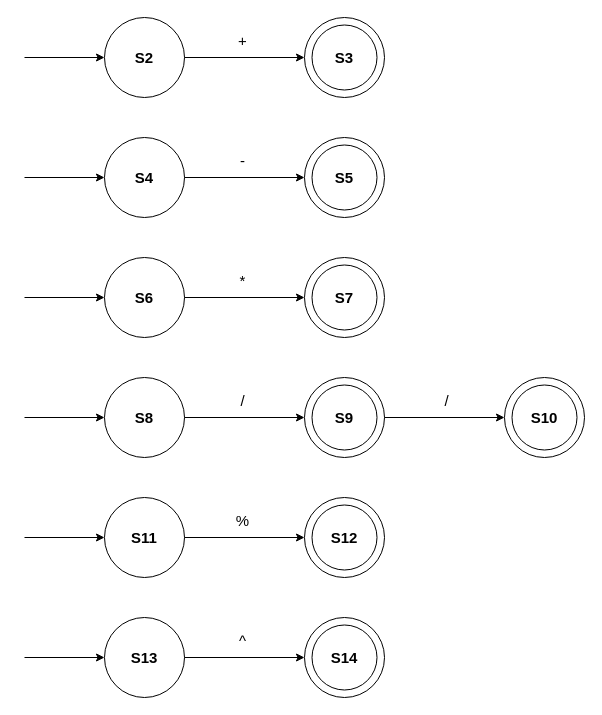
Above: operationSymbols.drawio in MonaJea-Ng/Projects (draw.io), before the change. Source tidied: cells renumbered, new cells numbered last; positions are measured from the earlier drawing's top-left corner, leaving out a move shared by most shapes. Both pictures are drawn from the tidied source at 100%, with x=0, y=0 at pixel (24, 17).
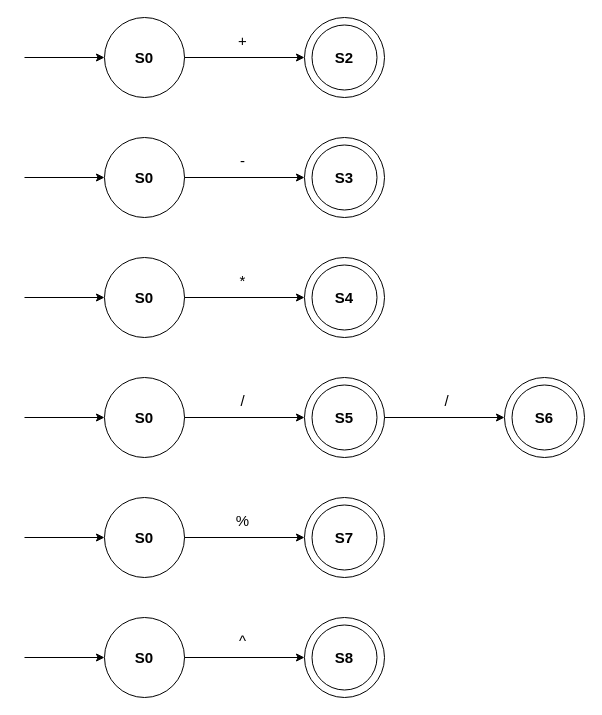
The same page after the edit.

Change to the diagram source:
```diff
@@
-    <mxCell id="7" value="&lt;b style=&quot;font-size: 15px;&quot;&gt;S2&lt;/b&gt;" style="text;html=1;strokeColor=none;fillColor=none;align=center;verticalAlign=middle;whiteSpace=wrap;rounded=0;fontSize=15;" parent="1" vertex="1">
+    <mxCell id="7" value="&lt;b style=&quot;font-size: 15px;&quot;&gt;S0&lt;/b&gt;" style="text;html=1;strokeColor=none;fillColor=none;align=center;verticalAlign=middle;whiteSpace=wrap;rounded=0;fontSize=15;" parent="1" vertex="1">
       <mxGeometry x="90" y="25" width="60" height="30" as="geometry" />
     </mxCell>
-    <mxCell id="8" value="&lt;b&gt;&lt;font style=&quot;font-size: 15px;&quot;&gt;S3&lt;/font&gt;&lt;/b&gt;" style="text;html=1;strokeColor=none;fillColor=none;align=center;verticalAlign=middle;whiteSpace=wrap;rounded=0;" parent="1" vertex="1">
+    <mxCell id="8" value="&lt;b&gt;&lt;font style=&quot;font-size: 15px;&quot;&gt;S2&lt;/font&gt;&lt;/b&gt;" style="text;html=1;strokeColor=none;fillColor=none;align=center;verticalAlign=middle;whiteSpace=wrap;rounded=0;" parent="1" vertex="1">
       <mxGeometry x="290" y="25" width="60" height="30" as="geometry" />
     </mxCell>
@@
-    <mxCell id="15" value="&lt;b style=&quot;font-size: 15px;&quot;&gt;S4&lt;/b&gt;" style="text;html=1;strokeColor=none;fillColor=none;align=center;verticalAlign=middle;whiteSpace=wrap;rounded=0;fontSize=15;" parent="1" vertex="1">
+    <mxCell id="15" value="&lt;b style=&quot;font-size: 15px;&quot;&gt;S0&lt;/b&gt;" style="text;html=1;strokeColor=none;fillColor=none;align=center;verticalAlign=middle;whiteSpace=wrap;rounded=0;fontSize=15;" parent="1" vertex="1">
       <mxGeometry x="90" y="145" width="60" height="30" as="geometry" />
     </mxCell>
-    <mxCell id="16" value="&lt;b&gt;&lt;font style=&quot;font-size: 15px;&quot;&gt;S5&lt;/font&gt;&lt;/b&gt;" style="text;html=1;strokeColor=none;fillColor=none;align=center;verticalAlign=middle;whiteSpace=wrap;rounded=0;" parent="1" vertex="1">
+    <mxCell id="16" value="&lt;b&gt;&lt;font style=&quot;font-size: 15px;&quot;&gt;S3&lt;/font&gt;&lt;/b&gt;" style="text;html=1;strokeColor=none;fillColor=none;align=center;verticalAlign=middle;whiteSpace=wrap;rounded=0;" parent="1" vertex="1">
       <mxGeometry x="290" y="145" width="60" height="30" as="geometry" />
     </mxCell>
@@
-    <mxCell id="23" value="&lt;b style=&quot;font-size: 15px;&quot;&gt;S6&lt;/b&gt;" style="text;html=1;strokeColor=none;fillColor=none;align=center;verticalAlign=middle;whiteSpace=wrap;rounded=0;fontSize=15;" parent="1" vertex="1">
+    <mxCell id="23" value="&lt;b style=&quot;font-size: 15px;&quot;&gt;S0&lt;/b&gt;" style="text;html=1;strokeColor=none;fillColor=none;align=center;verticalAlign=middle;whiteSpace=wrap;rounded=0;fontSize=15;" parent="1" vertex="1">
       <mxGeometry x="90" y="265" width="60" height="30" as="geometry" />
     </mxCell>
-    <mxCell id="24" value="&lt;b&gt;&lt;font style=&quot;font-size: 15px;&quot;&gt;S7&lt;/font&gt;&lt;/b&gt;" style="text;html=1;strokeColor=none;fillColor=none;align=center;verticalAlign=middle;whiteSpace=wrap;rounded=0;" parent="1" vertex="1">
+    <mxCell id="24" value="&lt;b&gt;&lt;font style=&quot;font-size: 15px;&quot;&gt;S4&lt;/font&gt;&lt;/b&gt;" style="text;html=1;strokeColor=none;fillColor=none;align=center;verticalAlign=middle;whiteSpace=wrap;rounded=0;" parent="1" vertex="1">
       <mxGeometry x="290" y="265" width="60" height="30" as="geometry" />
     </mxCell>
@@
-    <mxCell id="31" value="&lt;b style=&quot;font-size: 15px;&quot;&gt;S8&lt;/b&gt;" style="text;html=1;strokeColor=none;fillColor=none;align=center;verticalAlign=middle;whiteSpace=wrap;rounded=0;fontSize=15;" parent="1" vertex="1">
+    <mxCell id="31" value="&lt;b style=&quot;font-size: 15px;&quot;&gt;S0&lt;/b&gt;" style="text;html=1;strokeColor=none;fillColor=none;align=center;verticalAlign=middle;whiteSpace=wrap;rounded=0;fontSize=15;" parent="1" vertex="1">
       <mxGeometry x="90" y="385" width="60" height="30" as="geometry" />
     </mxCell>
-    <mxCell id="32" value="&lt;b&gt;&lt;font style=&quot;font-size: 15px;&quot;&gt;S9&lt;/font&gt;&lt;/b&gt;" style="text;html=1;strokeColor=none;fillColor=none;align=center;verticalAlign=middle;whiteSpace=wrap;rounded=0;" parent="1" vertex="1">
+    <mxCell id="32" value="&lt;b&gt;&lt;font style=&quot;font-size: 15px;&quot;&gt;S5&lt;/font&gt;&lt;/b&gt;" style="text;html=1;strokeColor=none;fillColor=none;align=center;verticalAlign=middle;whiteSpace=wrap;rounded=0;" parent="1" vertex="1">
       <mxGeometry x="290" y="385" width="60" height="30" as="geometry" />
     </mxCell>
@@
-    <mxCell id="39" value="&lt;b style=&quot;font-size: 15px;&quot;&gt;S11&lt;/b&gt;" style="text;html=1;strokeColor=none;fillColor=none;align=center;verticalAlign=middle;whiteSpace=wrap;rounded=0;fontSize=15;" parent="1" vertex="1">
+    <mxCell id="39" value="&lt;b style=&quot;font-size: 15px;&quot;&gt;S0&lt;/b&gt;" style="text;html=1;strokeColor=none;fillColor=none;align=center;verticalAlign=middle;whiteSpace=wrap;rounded=0;fontSize=15;" parent="1" vertex="1">
       <mxGeometry x="90" y="505" width="60" height="30" as="geometry" />
     </mxCell>
-    <mxCell id="40" value="&lt;b&gt;&lt;font style=&quot;font-size: 15px;&quot;&gt;S12&lt;/font&gt;&lt;/b&gt;" style="text;html=1;strokeColor=none;fillColor=none;align=center;verticalAlign=middle;whiteSpace=wrap;rounded=0;" parent="1" vertex="1">
+    <mxCell id="40" value="&lt;b&gt;&lt;font style=&quot;font-size: 15px;&quot;&gt;S7&lt;/font&gt;&lt;/b&gt;" style="text;html=1;strokeColor=none;fillColor=none;align=center;verticalAlign=middle;whiteSpace=wrap;rounded=0;" parent="1" vertex="1">
       <mxGeometry x="290" y="505" width="60" height="30" as="geometry" />
     </mxCell>
@@
-    <mxCell id="47" value="&lt;b style=&quot;font-size: 15px;&quot;&gt;S13&lt;/b&gt;" style="text;html=1;strokeColor=none;fillColor=none;align=center;verticalAlign=middle;whiteSpace=wrap;rounded=0;fontSize=15;" parent="1" vertex="1">
+    <mxCell id="47" value="&lt;b style=&quot;font-size: 15px;&quot;&gt;S0&lt;/b&gt;" style="text;html=1;strokeColor=none;fillColor=none;align=center;verticalAlign=middle;whiteSpace=wrap;rounded=0;fontSize=15;" parent="1" vertex="1">
       <mxGeometry x="90" y="625" width="60" height="30" as="geometry" />
     </mxCell>
-    <mxCell id="48" value="&lt;b&gt;&lt;font style=&quot;font-size: 15px;&quot;&gt;S14&lt;/font&gt;&lt;/b&gt;" style="text;html=1;strokeColor=none;fillColor=none;align=center;verticalAlign=middle;whiteSpace=wrap;rounded=0;" parent="1" vertex="1">
+    <mxCell id="48" value="&lt;span style=&quot;font-size: 15px;&quot;&gt;&lt;b&gt;S8&lt;/b&gt;&lt;/span&gt;" style="text;html=1;strokeColor=none;fillColor=none;align=center;verticalAlign=middle;whiteSpace=wrap;rounded=0;" parent="1" vertex="1">
       <mxGeometry x="290" y="625" width="60" height="30" as="geometry" />
     </mxCell>
@@
-    <mxCell id="53" value="&lt;b&gt;&lt;font style=&quot;font-size: 15px;&quot;&gt;S10&lt;/font&gt;&lt;/b&gt;" style="text;html=1;strokeColor=none;fillColor=none;align=center;verticalAlign=middle;whiteSpace=wrap;rounded=0;" parent="1" vertex="1">
+    <mxCell id="53" value="&lt;b&gt;&lt;font style=&quot;font-size: 15px;&quot;&gt;S6&lt;/font&gt;&lt;/b&gt;" style="text;html=1;strokeColor=none;fillColor=none;align=center;verticalAlign=middle;whiteSpace=wrap;rounded=0;" parent="1" vertex="1">
       <mxGeometry x="490" y="385" width="60" height="30" as="geometry" />
     </mxCell>
```
